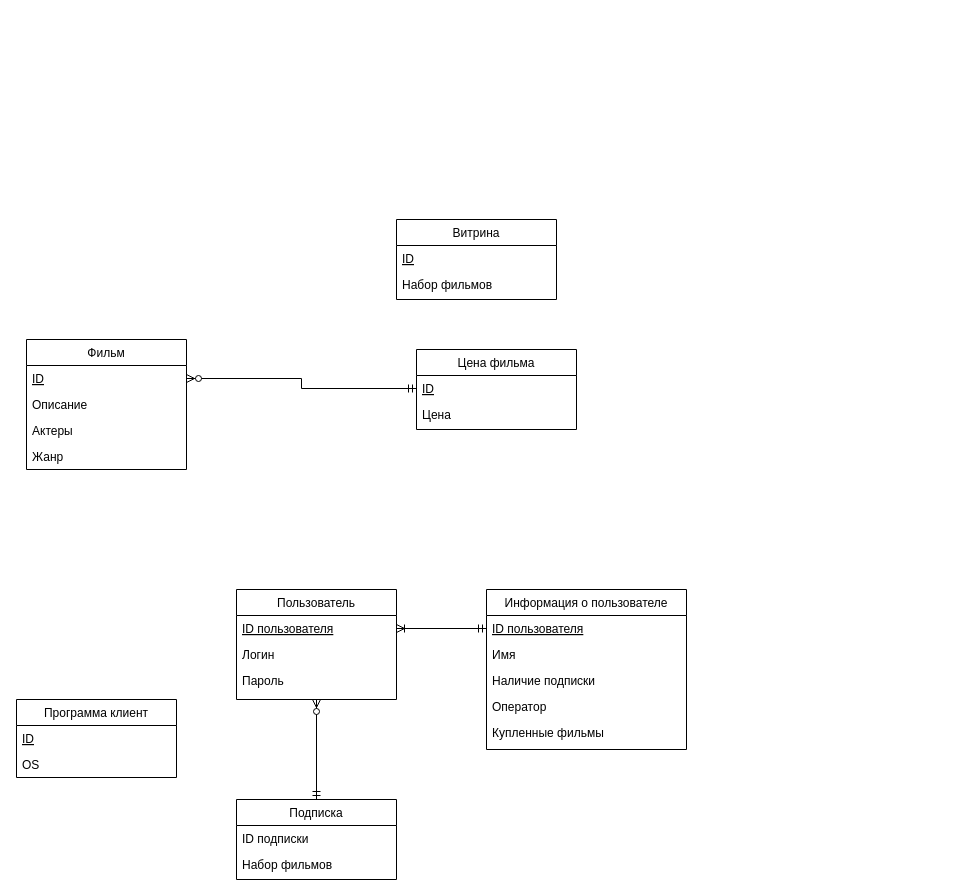
The draw.io diagram Диаграмма классов онлайн-кинотеатра.drawio in AleksTikhonov/ANSYS_Workbench, before the edit. Source tidied: cells renumbered, new cells numbered last; positions are measured from the earlier drawing's top-left corner, leaving out a move shared by most shapes. Both pictures are drawn from the tidied source at 100%, with x=0, y=0 at pixel (16, 219).
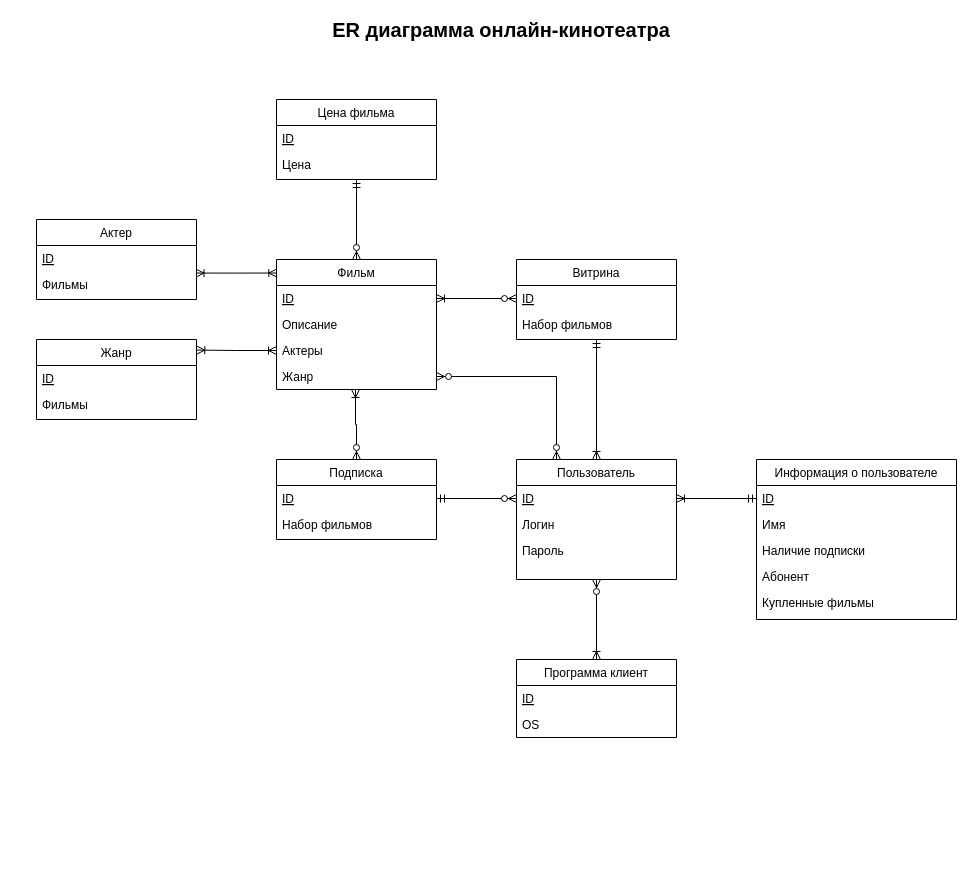
After the change.

Unchanged cells that the change refers to:
```xml
<mxCell id="5" value="Пароль" style="text;align=left;verticalAlign=top;spacingLeft=4;spacingRight=4;overflow=hidden;points=[[0,0.5],[1,0.5]];portConstraint=eastwest;rounded=0;shadow=0;html=0;" parent="2" vertex="1">
  <mxGeometry y="78" width="160" height="32" as="geometry" />
</mxCell>
<mxCell id="7" value="ID" style="text;align=left;verticalAlign=top;spacingLeft=4;spacingRight=4;overflow=hidden;points=[[0,0.5],[1,0.5]];portConstraint=eastwest;fontStyle=4;" parent="6" vertex="1">
  <mxGeometry y="26" width="160" height="26" as="geometry" />
</mxCell>
<mxCell id="9" value="Актеры" style="text;align=left;verticalAlign=top;spacingLeft=4;spacingRight=4;overflow=hidden;points=[[0,0.5],[1,0.5]];portConstraint=eastwest;rounded=0;shadow=0;html=0;" parent="6" vertex="1">
  <mxGeometry y="78" width="160" height="26" as="geometry" />
</mxCell>
<mxCell id="10" value="Жанр" style="text;align=left;verticalAlign=top;spacingLeft=4;spacingRight=4;overflow=hidden;points=[[0,0.5],[1,0.5]];portConstraint=eastwest;rounded=0;shadow=0;html=0;" parent="6" vertex="1">
  <mxGeometry y="104" width="160" height="26" as="geometry" />
</mxCell>
<mxCell id="24" value="ID" style="text;align=left;verticalAlign=top;spacingLeft=4;spacingRight=4;overflow=hidden;points=[[0,0.5],[1,0.5]];portConstraint=eastwest;fontStyle=4;" parent="23" vertex="1">
  <mxGeometry y="26" width="160" height="26" as="geometry" />
</mxCell>
<mxCell id="27" value="ID" style="text;align=left;verticalAlign=top;spacingLeft=4;spacingRight=4;overflow=hidden;points=[[0,0.5],[1,0.5]];portConstraint=eastwest;fontStyle=4;" parent="26" vertex="1">
  <mxGeometry y="26" width="160" height="26" as="geometry" />
</mxCell>
```

Diff of the diagram source:
```diff
@@
+    <mxCell id="32" style="edgeStyle=orthogonalEdgeStyle;rounded=0;jettySize=auto;html=1;exitX=0.5;exitY=0;exitDx=0;exitDy=0;entryX=0.5;entryY=1;entryDx=0;entryDy=0;startArrow=ERoneToMany;startFill=0;endArrow=ERmandOne;endFill=0;" parent="1" edge="1" source="2" target="26">
+      <mxGeometry relative="1" as="geometry" />
+    </mxCell>
+    <mxCell id="33" style="edgeStyle=orthogonalEdgeStyle;rounded=0;jettySize=auto;html=1;exitX=0.5;exitY=1;exitDx=0;exitDy=0;entryX=0.5;entryY=0;entryDx=0;entryDy=0;startArrow=ERzeroToMany;startFill=1;endArrow=ERoneToMany;endFill=0;" parent="1" edge="1" source="2" target="11">
+      <mxGeometry relative="1" as="geometry" />
+    </mxCell>
     <mxCell id="2" value="Пользователь" style="swimlane;fontStyle=0;align=center;verticalAlign=top;horizontal=1;startSize=26;rounded=0;shadow=0;strokeWidth=1;" parent="1" vertex="1">
-      <mxGeometry x="220" y="370" width="160" height="110" as="geometry" />
+      <mxGeometry x="500" y="240" width="160" height="120" as="geometry" />
     </mxCell>
-    <mxCell id="3" value="ID пользователя" style="text;align=left;verticalAlign=top;spacingLeft=4;spacingRight=4;overflow=hidden;points=[[0,0.5],[1,0.5]];portConstraint=eastwest;fontStyle=4;" parent="2" vertex="1">
+    <mxCell id="3" value="ID" style="text;align=left;verticalAlign=top;spacingLeft=4;spacingRight=4;overflow=hidden;points=[[0,0.5],[1,0.5]];portConstraint=eastwest;fontStyle=4;" parent="2" vertex="1">
       <mxGeometry y="26" width="160" height="26" as="geometry" />
     </mxCell>
@@
     <mxCell id="6" value="Фильм" style="swimlane;fontStyle=0;align=center;verticalAlign=top;horizontal=1;startSize=26;rounded=0;shadow=0;strokeWidth=1;" parent="1" vertex="1">
-      <mxGeometry x="10" y="120" width="160" height="130" as="geometry" />
+      <mxGeometry x="260" y="40" width="160" height="130" as="geometry" />
     </mxCell>
@@
     <mxCell id="11" value="Программа клиент" style="swimlane;fontStyle=0;align=center;verticalAlign=top;horizontal=1;startSize=26;rounded=0;shadow=0;strokeWidth=1;" parent="1" vertex="1">
-      <mxGeometry y="480" width="160" height="78" as="geometry" />
+      <mxGeometry x="500" y="440" width="160" height="78" as="geometry" />
     </mxCell>
@@
+    <mxCell id="34" style="edgeStyle=orthogonalEdgeStyle;rounded=0;jettySize=auto;html=1;entryX=1;entryY=0.5;entryDx=0;entryDy=0;startArrow=ERzeroToMany;startFill=1;endArrow=ERzeroToMany;endFill=1;exitX=0.25;exitY=0;exitDx=0;exitDy=0;" parent="1" edge="1" source="2" target="10">
+      <mxGeometry relative="1" as="geometry" />
+    </mxCell>
     <mxCell id="14" value="Информация о пользователе" style="swimlane;fontStyle=0;align=center;verticalAlign=top;horizontal=1;startSize=26;rounded=0;shadow=0;strokeWidth=1;" parent="1" vertex="1">
-      <mxGeometry x="470" y="370" width="200" height="160" as="geometry" />
+      <mxGeometry x="740" y="240" width="200" height="160" as="geometry" />
     </mxCell>
-    <mxCell id="15" value="ID пользователя" style="text;align=left;verticalAlign=top;spacingLeft=4;spacingRight=4;overflow=hidden;points=[[0,0.5],[1,0.5]];portConstraint=eastwest;fontStyle=4;" parent="14" vertex="1">
+    <mxCell id="15" value="ID" style="text;align=left;verticalAlign=top;spacingLeft=4;spacingRight=4;overflow=hidden;points=[[0,0.5],[1,0.5]];portConstraint=eastwest;fontStyle=4;" parent="14" vertex="1">
       <mxGeometry y="26" width="200" height="26" as="geometry" />
     </mxCell>
@@
-    <mxCell id="18" value="Оператор" style="text;align=left;verticalAlign=top;spacingLeft=4;spacingRight=4;overflow=hidden;rounded=0;shadow=0;html=0;" parent="14" vertex="1">
+    <mxCell id="18" value="Абонент" style="text;align=left;verticalAlign=top;spacingLeft=4;spacingRight=4;overflow=hidden;rounded=0;shadow=0;html=0;" parent="14" vertex="1">
       <mxGeometry y="104" width="200" height="26" as="geometry" />
     </mxCell>
@@
+    <mxCell id="35" style="edgeStyle=orthogonalEdgeStyle;rounded=0;jettySize=auto;html=1;startArrow=ERzeroToMany;startFill=1;endArrow=ERoneToMany;endFill=0;" parent="1" edge="1" source="20">
+      <mxGeometry relative="1" as="geometry">
+        <mxPoint x="339" y="170" as="targetPoint" />
+        <Array as="points">
+          <mxPoint x="340" y="205" />
+          <mxPoint x="339" y="205" />
+        </Array>
+      </mxGeometry>
+    </mxCell>
     <mxCell id="20" value="Подписка" style="swimlane;fontStyle=0;align=center;verticalAlign=top;horizontal=1;startSize=26;rounded=0;shadow=0;strokeWidth=1;" parent="1" vertex="1">
-      <mxGeometry x="220" y="580" width="160" height="80" as="geometry" />
+      <mxGeometry x="260" y="240" width="160" height="80" as="geometry" />
     </mxCell>
-    <mxCell id="21" value="ID подписки" style="text;align=left;verticalAlign=top;spacingLeft=4;spacingRight=4;overflow=hidden;points=[[0,0.5],[1,0.5]];portConstraint=eastwest;fontStyle=0;" parent="20" vertex="1">
+    <mxCell id="21" value="ID" style="text;align=left;verticalAlign=top;spacingLeft=4;spacingRight=4;overflow=hidden;points=[[0,0.5],[1,0.5]];portConstraint=eastwest;fontStyle=4;" parent="20" vertex="1">
       <mxGeometry y="26" width="160" height="26" as="geometry" />
     </mxCell>
@@
     <mxCell id="23" value="Цена фильма" style="swimlane;fontStyle=0;align=center;verticalAlign=top;horizontal=1;startSize=26;rounded=0;shadow=0;strokeWidth=1;" parent="1" vertex="1">
-      <mxGeometry x="400" y="130" width="160" height="80" as="geometry" />
+      <mxGeometry x="260" y="-120" width="160" height="80" as="geometry" />
     </mxCell>
@@
     <mxCell id="26" value="Витрина" style="swimlane;fontStyle=0;align=center;verticalAlign=top;horizontal=1;startSize=26;rounded=0;shadow=0;strokeWidth=1;" parent="1" vertex="1">
-      <mxGeometry x="380" width="160" height="80" as="geometry" />
+      <mxGeometry x="500" y="40" width="160" height="80" as="geometry" />
     </mxCell>
@@
-    <mxCell id="29" style="edgeStyle=orthogonalEdgeStyle;rounded=0;jettySize=auto;html=1;entryX=0.5;entryY=0;entryDx=0;entryDy=0;endArrow=ERmandOne;endFill=0;startArrow=ERzeroToMany;startFill=1;exitX=0.5;exitY=1;exitDx=0;exitDy=0;exitPerimeter=0;" parent="1" edge="1" source="5" target="20">
+    <mxCell id="29" style="edgeStyle=orthogonalEdgeStyle;rounded=0;jettySize=auto;html=1;entryX=1;entryY=0.5;entryDx=0;entryDy=0;endArrow=ERmandOne;endFill=0;startArrow=ERzeroToMany;startFill=1;exitX=0;exitY=0.5;exitDx=0;exitDy=0;" parent="1" edge="1" source="3" target="21">
       <mxGeometry relative="1" as="geometry" />
     </mxCell>
@@
-    <mxCell id="31" style="edgeStyle=orthogonalEdgeStyle;rounded=0;jettySize=auto;html=1;exitX=1;exitY=0.5;exitDx=0;exitDy=0;entryX=0;entryY=0.5;entryDx=0;entryDy=0;startArrow=ERzeroToMany;startFill=1;endArrow=ERmandOne;endFill=0;" parent="1" edge="1" source="7" target="24">
+    <mxCell id="31" style="edgeStyle=orthogonalEdgeStyle;rounded=0;jettySize=auto;html=1;exitX=0.5;exitY=0;exitDx=0;exitDy=0;entryX=0.5;entryY=1;entryDx=0;entryDy=0;startArrow=ERzeroToMany;startFill=1;endArrow=ERmandOne;endFill=0;" parent="1" edge="1" source="6" target="23">
       <mxGeometry relative="1" as="geometry" />
     </mxCell>
+    <mxCell id="36" value="Актер" style="swimlane;fontStyle=0;align=center;verticalAlign=top;horizontal=1;startSize=26;rounded=0;shadow=0;strokeWidth=1;" parent="1" vertex="1">
+      <mxGeometry x="20" width="160" height="80" as="geometry" />
+    </mxCell>
+    <mxCell id="37" value="ID" style="text;align=left;verticalAlign=top;spacingLeft=4;spacingRight=4;overflow=hidden;points=[[0,0.5],[1,0.5]];portConstraint=eastwest;fontStyle=4;" parent="36" vertex="1">
+      <mxGeometry y="26" width="160" height="26" as="geometry" />
+    </mxCell>
+    <mxCell id="38" value="Фильмы" style="text;align=left;verticalAlign=top;spacingLeft=4;spacingRight=4;overflow=hidden;rounded=0;shadow=0;html=0;" parent="36" vertex="1">
+      <mxGeometry y="52" width="160" height="26" as="geometry" />
+    </mxCell>
+    <mxCell id="39" style="edgeStyle=orthogonalEdgeStyle;rounded=0;jettySize=auto;html=1;exitX=0.997;exitY=1.06;exitDx=0;exitDy=0;entryX=0.002;entryY=0.104;entryDx=0;entryDy=0;startArrow=ERoneToMany;startFill=0;endArrow=ERoneToMany;endFill=0;entryPerimeter=0;exitPerimeter=0;" parent="1" edge="1" source="37" target="6">
+      <mxGeometry relative="1" as="geometry" />
+    </mxCell>
+    <mxCell id="40" style="edgeStyle=orthogonalEdgeStyle;rounded=0;jettySize=auto;html=1;exitX=1;exitY=0.5;exitDx=0;exitDy=0;entryX=0;entryY=0.5;entryDx=0;entryDy=0;startArrow=ERoneToMany;startFill=0;endArrow=ERzeroToMany;endFill=1;" parent="1" edge="1" source="7" target="27">
+      <mxGeometry relative="1" as="geometry" />
+    </mxCell>
+    <mxCell id="41" value="Жанр" style="swimlane;fontStyle=0;align=center;verticalAlign=top;horizontal=1;startSize=26;rounded=0;shadow=0;strokeWidth=1;" parent="1" vertex="1">
+      <mxGeometry x="20" y="120" width="160" height="80" as="geometry" />
+    </mxCell>
+    <mxCell id="42" value="ID" style="text;align=left;verticalAlign=top;spacingLeft=4;spacingRight=4;overflow=hidden;fontStyle=4;" parent="41" vertex="1">
+      <mxGeometry y="26" width="160" height="26" as="geometry" />
+    </mxCell>
+    <mxCell id="43" value="Фильмы" style="text;align=left;verticalAlign=top;spacingLeft=4;spacingRight=4;overflow=hidden;rounded=0;shadow=0;html=0;" parent="41" vertex="1">
+      <mxGeometry y="52" width="160" height="26" as="geometry" />
+    </mxCell>
+    <mxCell id="44" style="edgeStyle=orthogonalEdgeStyle;rounded=0;jettySize=auto;html=1;exitX=0;exitY=0.5;exitDx=0;exitDy=0;entryX=1.002;entryY=0.132;entryDx=0;entryDy=0;entryPerimeter=0;startArrow=ERoneToMany;startFill=0;endArrow=ERoneToMany;endFill=0;" parent="1" edge="1" source="9" target="41">
+      <mxGeometry relative="1" as="geometry" />
+    </mxCell>
+    <mxCell id="45" value="&lt;font style=&quot;font-size: 20px&quot;&gt;&lt;b&gt;ER диаграмма онлайн-кинотеатра&lt;/b&gt;&lt;/font&gt;" style="text;html=1;strokeColor=none;fillColor=none;align=center;verticalAlign=middle;whiteSpace=wrap;rounded=0;" parent="1" vertex="1">
+      <mxGeometry x="270" y="-200" width="430" height="20" as="geometry" />
+    </mxCell>
```
